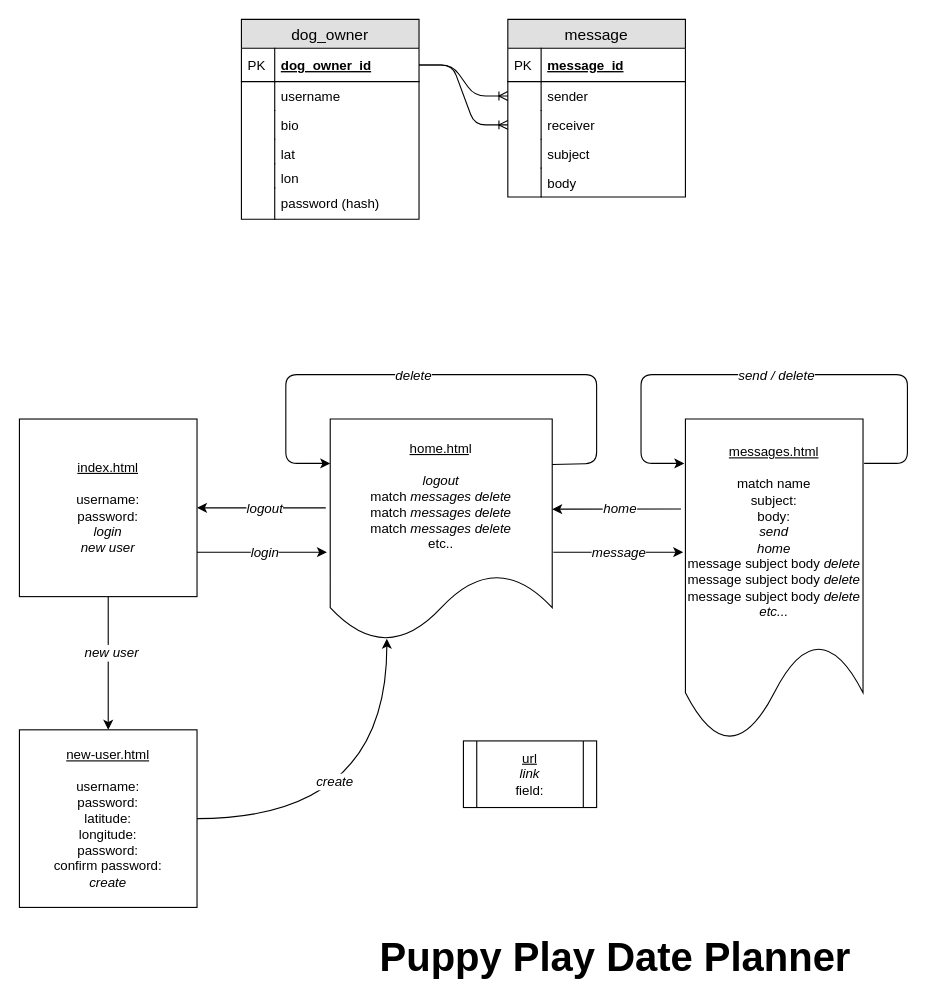
Before: documents/ppd_er_flow.drawio in Torkelly/puppy-play-date-planner, a draw.io diagram. Source tidied: cells renumbered, new cells numbered last; positions are measured from the earlier drawing's top-left corner, leaving out a move shared by most shapes. Both pictures are drawn from the tidied source at 111%, with x=0, y=0 at pixel (19, 19).
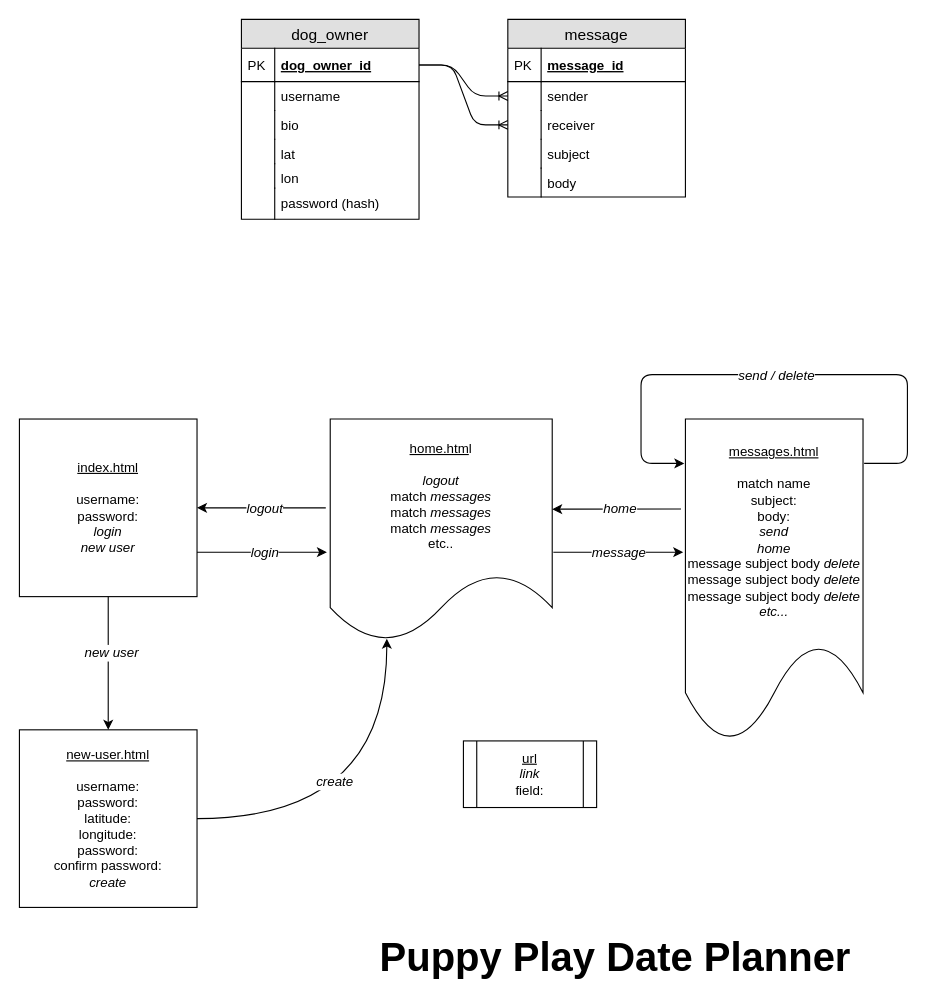
Above is the later version.

Change to the diagram source:
```diff
@@
-    <mxCell id="29" value="&lt;div&gt;&lt;u&gt;home.htm&lt;/u&gt;l&lt;/div&gt;&lt;div&gt;&lt;br&gt;&lt;/div&gt;&lt;div&gt;&lt;i&gt;logout&lt;/i&gt;&lt;br&gt;&lt;/div&gt;&lt;div&gt;match &lt;i&gt;messages delete&lt;/i&gt;&lt;/div&gt;&lt;div&gt;match &lt;i&gt;messages delete&lt;/i&gt;&lt;/div&gt;&lt;div&gt;match &lt;i&gt;messages delete&lt;/i&gt;&lt;/div&gt;&lt;div&gt;etc..&lt;br&gt;&lt;/div&gt;" style="shape=document;whiteSpace=wrap;html=1;boundedLbl=1;align=center;" parent="1" vertex="1">
+    <mxCell id="29" value="&lt;div&gt;&lt;u&gt;home.htm&lt;/u&gt;l&lt;/div&gt;&lt;div&gt;&lt;br&gt;&lt;/div&gt;&lt;div&gt;&lt;i&gt;logout&lt;/i&gt;&lt;br&gt;&lt;/div&gt;&lt;div&gt;match &lt;i&gt;messages&lt;br&gt;&lt;/i&gt;&lt;/div&gt;&lt;div&gt;match &lt;i&gt;messages&lt;br&gt;&lt;/i&gt;&lt;/div&gt;&lt;div&gt;match &lt;i&gt;messages&lt;br&gt;&lt;/i&gt;&lt;/div&gt;&lt;div&gt;etc..&lt;br&gt;&lt;/div&gt;" style="shape=document;whiteSpace=wrap;html=1;boundedLbl=1;align=center;" parent="1" vertex="1">
       <mxGeometry x="280" y="360" width="200" height="200" as="geometry" />
     </mxCell>
@@
-    <mxCell id="38" style="endArrow=classic;html=1;exitX=1;exitY=0.205;exitDx=0;exitDy=0;exitPerimeter=0;entryX=0;entryY=0.2;entryDx=0;entryDy=0;entryPerimeter=0;" parent="1" edge="1" source="29" target="29">
-      <mxGeometry relative="1" as="geometry">
-        <Array as="points">
-          <mxPoint x="520" y="400" />
-          <mxPoint x="520" y="320" />
-          <mxPoint x="240" y="320" />
-          <mxPoint x="240" y="400" />
-        </Array>
-      </mxGeometry>
-    </mxCell>
-    <mxCell id="39" value="&lt;i&gt;delete&lt;/i&gt;" style="text;html=1;align=center;verticalAlign=middle;labelBackgroundColor=#ffffff;" parent="38" vertex="1">
-      <mxGeometry x="0.1" relative="1" as="geometry" />
-    </mxCell>
```
